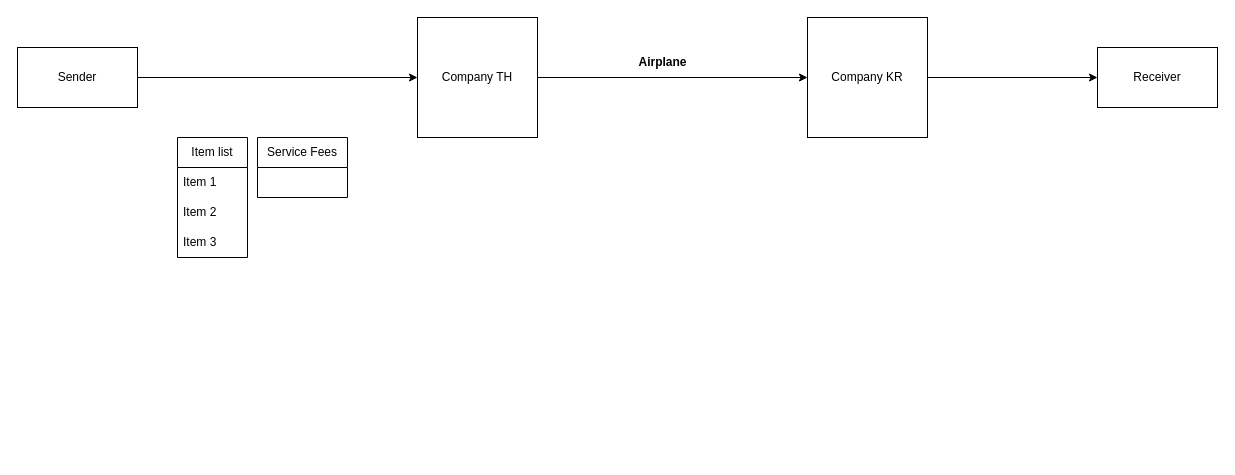
The draw.io diagram tracking.drawio in natthaphummm/diagrams-data, before the edit. Source tidied: cells renumbered, new cells numbered last; positions are measured from the earlier drawing's top-left corner, leaving out a move shared by most shapes. Both pictures are drawn from the tidied source at 100%, with x=0, y=0 at pixel (17, 17).
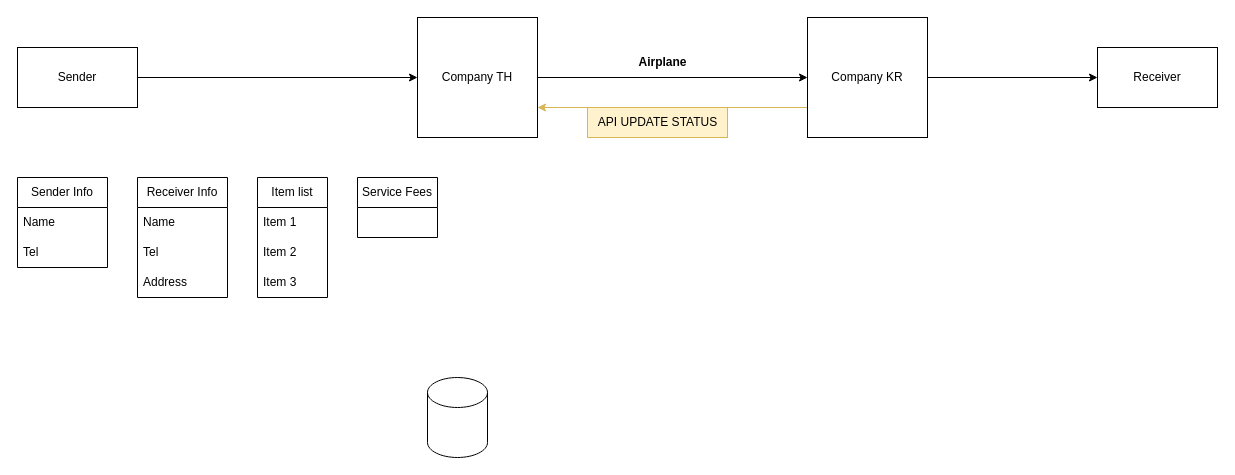
After the change.

Unchanged cells that the change refers to:
```xml
<mxCell id="5" value="Company TH" style="whiteSpace=wrap;html=1;" parent="1" vertex="1">
  <mxGeometry x="400" width="120" height="120" as="geometry" />
</mxCell>
<mxCell id="7" value="Company KR" style="whiteSpace=wrap;html=1;" parent="1" vertex="1">
  <mxGeometry x="790" width="120" height="120" as="geometry" />
</mxCell>
```

Change to the diagram source:
```diff
@@
+    <mxCell id="15" style="edgeStyle=orthogonalEdgeStyle;rounded=0;jettySize=auto;html=1;exitX=0;exitY=0.75;exitDx=0;exitDy=0;entryX=1;entryY=0.75;entryDx=0;entryDy=0;fillColor=#fff2cc;strokeColor=#d6b656;" parent="1" edge="1" source="7" target="5">
+      <mxGeometry relative="1" as="geometry" />
+    </mxCell>
@@
     <mxCell id="10" value="Item list" style="swimlane;fontStyle=0;horizontal=1;startSize=30;whiteSpace=wrap;html=1;" parent="1" vertex="1">
-      <mxGeometry x="160" y="120" width="70" height="120" as="geometry" />
+      <mxGeometry x="240" y="160" width="70" height="120" as="geometry" />
     </mxCell>
@@
-    <mxCell id="14" value="Service Fees" style="swimlane;fontStyle=0;horizontal=1;startSize=30;whiteSpace=wrap;html=1;" parent="1" vertex="1">
-      <mxGeometry x="240" y="120" width="90" height="60" as="geometry" />
+    <mxCell id="14" value="Sender Info" style="swimlane;fontStyle=0;horizontal=1;startSize=30;whiteSpace=wrap;html=1;" parent="1" vertex="1">
+      <mxGeometry y="160" width="90" height="90" as="geometry" />
     </mxCell>
+    <mxCell id="16" value="Name" style="text;strokeColor=none;fillColor=none;align=left;verticalAlign=middle;spacingLeft=4;spacingRight=4;overflow=hidden;whiteSpace=wrap;html=1;" parent="14" vertex="1">
+      <mxGeometry y="30" width="90" height="30" as="geometry" />
+    </mxCell>
+    <mxCell id="17" value="Tel" style="text;strokeColor=none;fillColor=none;align=left;verticalAlign=middle;spacingLeft=4;spacingRight=4;overflow=hidden;whiteSpace=wrap;html=1;" parent="14" vertex="1">
+      <mxGeometry y="60" width="90" height="30" as="geometry" />
+    </mxCell>
+    <mxCell id="18" value="Receiver Info" style="swimlane;fontStyle=0;horizontal=1;startSize=30;whiteSpace=wrap;html=1;" parent="1" vertex="1">
+      <mxGeometry x="120" y="160" width="90" height="120" as="geometry" />
+    </mxCell>
+    <mxCell id="19" value="Name" style="text;strokeColor=none;fillColor=none;align=left;verticalAlign=middle;spacingLeft=4;spacingRight=4;overflow=hidden;whiteSpace=wrap;html=1;" parent="18" vertex="1">
+      <mxGeometry y="30" width="90" height="30" as="geometry" />
+    </mxCell>
+    <mxCell id="20" value="Tel" style="text;strokeColor=none;fillColor=none;align=left;verticalAlign=middle;spacingLeft=4;spacingRight=4;overflow=hidden;whiteSpace=wrap;html=1;" parent="18" vertex="1">
+      <mxGeometry y="60" width="90" height="30" as="geometry" />
+    </mxCell>
+    <mxCell id="21" value="Address" style="text;strokeColor=none;fillColor=none;align=left;verticalAlign=middle;spacingLeft=4;spacingRight=4;overflow=hidden;whiteSpace=wrap;html=1;" parent="18" vertex="1">
+      <mxGeometry y="90" width="90" height="30" as="geometry" />
+    </mxCell>
+    <mxCell id="22" value="Service Fees" style="swimlane;fontStyle=0;horizontal=1;startSize=30;whiteSpace=wrap;html=1;" parent="1" vertex="1">
+      <mxGeometry x="340" y="160" width="80" height="60" as="geometry" />
+    </mxCell>
+    <mxCell id="23" style="shape=cylinder3;whiteSpace=wrap;html=1;boundedLbl=1;backgroundOutline=1;size=15;" parent="1" vertex="1">
+      <mxGeometry x="410" y="360" width="60" height="80" as="geometry" />
+    </mxCell>
+    <mxCell id="24" value="API UPDATE STATUS" style="text;html=1;align=center;verticalAlign=middle;strokeColor=#d6b656;fillColor=#fff2cc;" parent="1" vertex="1">
+      <mxGeometry x="570" y="90" width="140" height="30" as="geometry" />
+    </mxCell>
```
